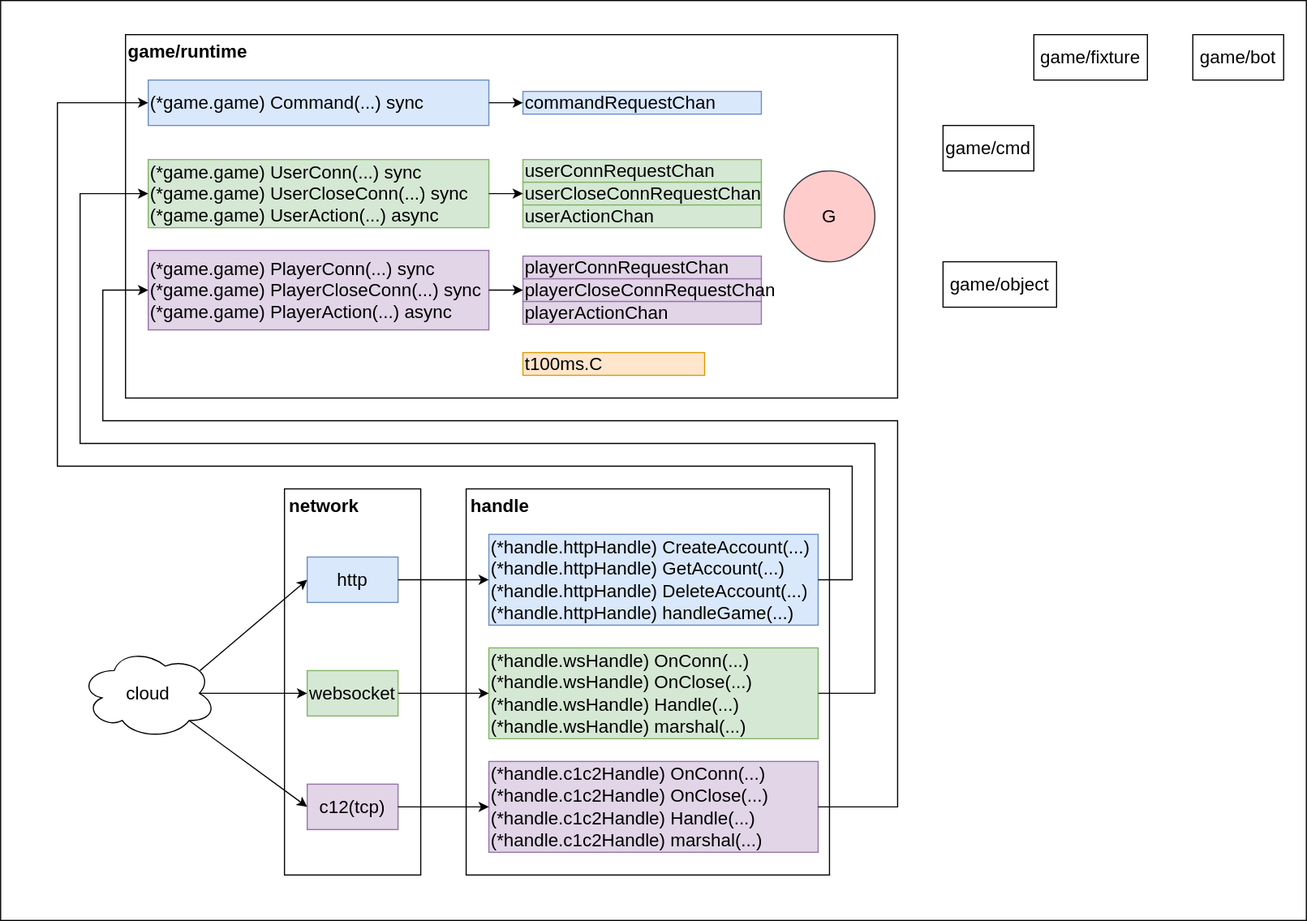
Earlier version of the draw.io export src/server-game/game.drawio.svg (xujintao/balgass). Source tidied: cells renumbered, new cells last; positions are measured from the earlier drawing's top-left corner, leaving out a move shared by most shapes.
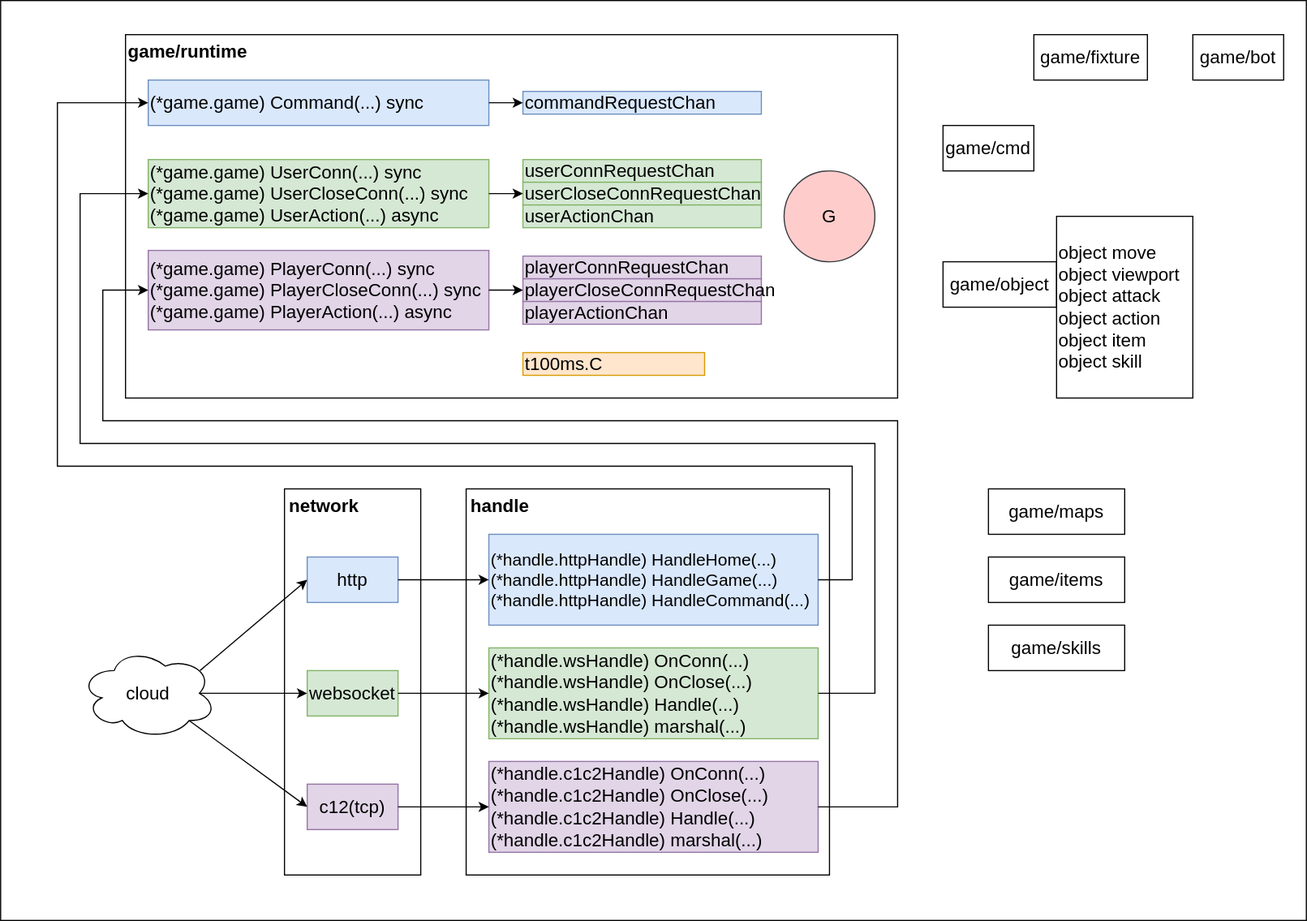
Above is the later version.

Commit message:
server-game/chore: update diagram

The edit, as a diff of the source:
```diff
@@ -23,7 +23,7 @@
     <mxCell id="8" value="c12(tcp)" style="rounded=0;whiteSpace=wrap;html=1;fillColor=#e1d5e7;strokeColor=#9673a6;fontSize=16;fontStyle=0;" parent="1" vertex="1">
       <mxGeometry x="270" y="690" width="80" height="40" as="geometry" />
     </mxCell>
-    <mxCell id="9" value="(*handle.httpHandle) CreateAccount(...)&lt;div&gt;(*handle.httpHandle) GetAccount(...)&lt;/div&gt;&lt;div&gt;(*handle.httpHandle) DeleteAccount(...)&lt;/div&gt;&lt;div&gt;(*handle.httpHandle) handleGame(...)&lt;/div&gt;" style="rounded=0;whiteSpace=wrap;html=1;align=left;fillColor=#dae8fc;strokeColor=#6c8ebf;fontSize=16;fontStyle=0;" parent="1" vertex="1">
+    <mxCell id="9" value="(*handle.httpHandle) HandleHome(...)&lt;div&gt;(*handle.httpHandle) HandleGame(...)&lt;/div&gt;&lt;div&gt;(*handle.httpHandle) HandleCommand(...)&lt;/div&gt;" style="rounded=0;whiteSpace=wrap;html=1;align=left;fillColor=#dae8fc;strokeColor=#6c8ebf;fontSize=15;fontStyle=0;" parent="1" vertex="1">
       <mxGeometry x="430" y="470" width="290" height="80" as="geometry" />
     </mxCell>
     <mxCell id="10" value="&lt;div&gt;(*handle.wsHandle) OnConn(...)&lt;/div&gt;&lt;div&gt;(*handle.wsHandle) OnClose(...)&lt;/div&gt;&lt;div&gt;(*handle.wsHandle) Handle(...)&lt;/div&gt;&lt;div&gt;(*handle.wsHandle) marshal(...)&lt;/div&gt;" style="rounded=0;whiteSpace=wrap;html=1;align=left;fillColor=#d5e8d4;strokeColor=#82b366;fontSize=16;fontStyle=0;" parent="1" vertex="1">
@@ -149,5 +149,17 @@
     <mxCell id="43" value="game/fixture" style="rounded=0;whiteSpace=wrap;html=1;fontStyle=0;fontSize=16;" parent="1" vertex="1">
       <mxGeometry x="910" y="30" width="100" height="40" as="geometry" />
     </mxCell>
+    <mxCell id="44" value="object move&lt;br&gt;object viewport&lt;br&gt;object attack&lt;br&gt;object action&lt;br&gt;object item&lt;br&gt;object skill" style="rounded=0;whiteSpace=wrap;html=1;fontSize=16;align=left;" parent="1" vertex="1">
+      <mxGeometry x="930" y="190" width="120" height="160" as="geometry" />
+    </mxCell>
+    <mxCell id="45" value="game/maps" style="rounded=0;whiteSpace=wrap;html=1;fontSize=16;" parent="1" vertex="1">
+      <mxGeometry x="870" y="430" width="120" height="40" as="geometry" />
+    </mxCell>
+    <mxCell id="46" value="game/items" style="rounded=0;whiteSpace=wrap;html=1;fontSize=16;" parent="1" vertex="1">
+      <mxGeometry x="870" y="490" width="120" height="40" as="geometry" />
+    </mxCell>
+    <mxCell id="47" value="game/skills" style="rounded=0;whiteSpace=wrap;html=1;fontSize=16;" parent="1" vertex="1">
+      <mxGeometry x="870" y="550" width="120" height="40" as="geometry" />
+    </mxCell>
   </root>
 </mxGraphModel>
```
